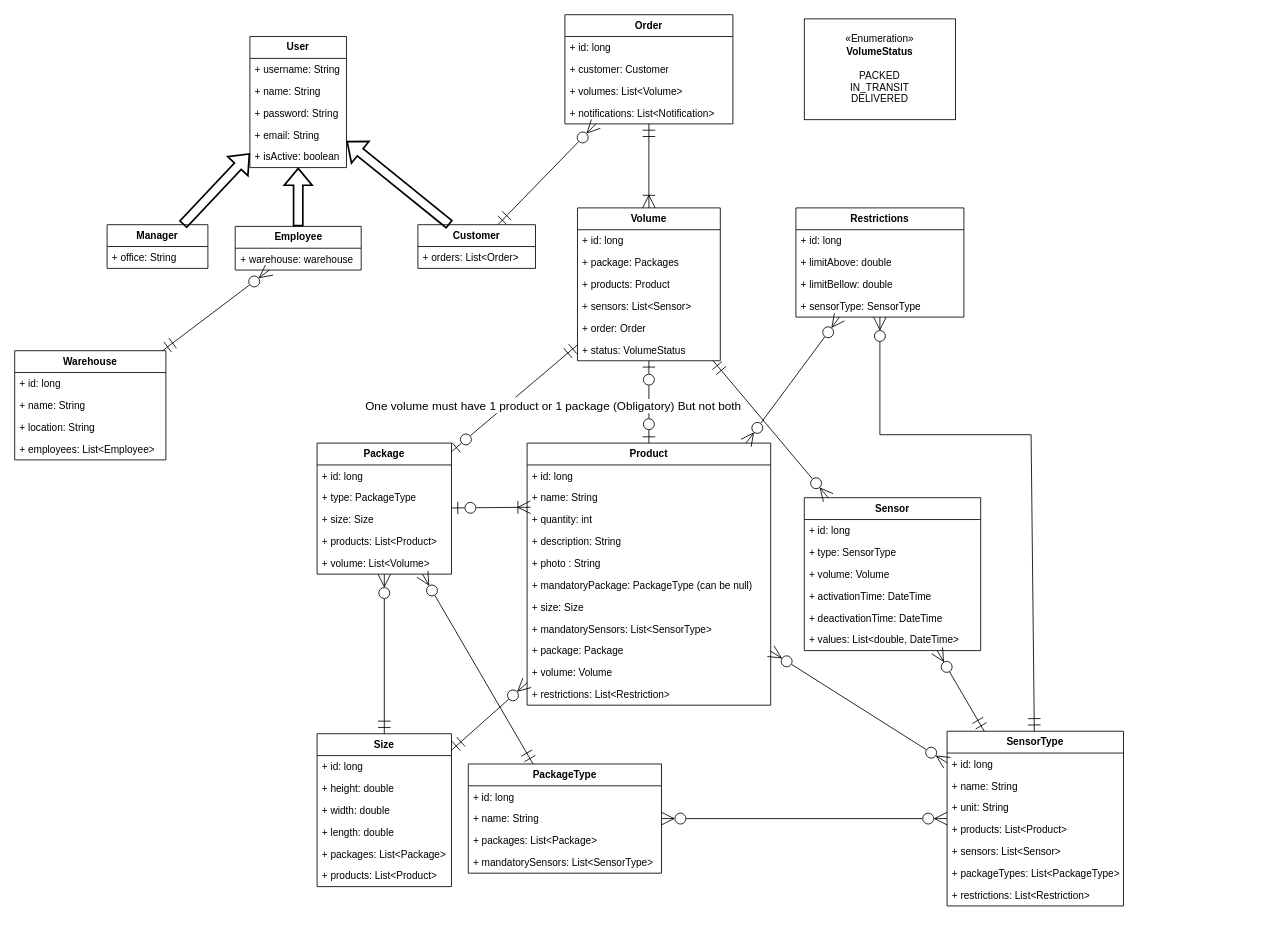
Above: ClassDiagram.drawio in joelsb/AppMonitor (draw.io), before the change. Source tidied: cells renumbered, new cells numbered last; positions are measured from the earlier drawing's top-left corner, leaving out a move shared by most shapes. Both pictures are drawn from the tidied source at 84%, with x=0, y=0 at pixel (14, 14).
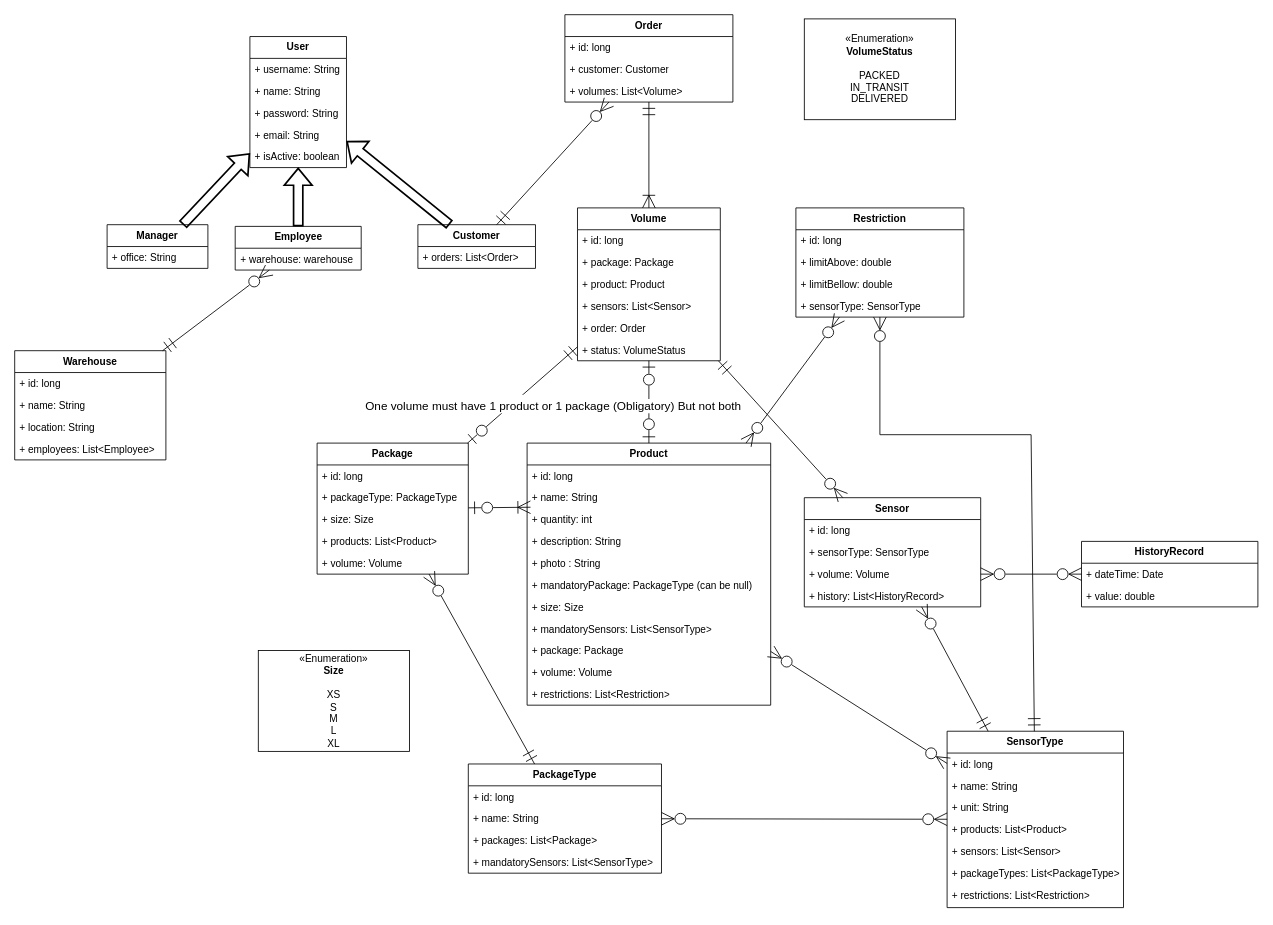
Above is the later version.

Unchanged cells that the change refers to:
```xml
<mxCell id="10" value="&lt;b&gt;Volume&lt;/b&gt;" style="swimlane;fontStyle=0;horizontal=1;startSize=26;fillColor=none;whiteSpace=wrap;html=1;" parent="1" vertex="1">
  <mxGeometry x="670" y="230" width="170" height="182" as="geometry" />
</mxCell>
<mxCell id="29" value="&lt;b&gt;Product&lt;/b&gt;" style="swimlane;fontStyle=0;horizontal=1;startSize=26;fillColor=none;whiteSpace=wrap;html=1;" parent="1" vertex="1">
  <mxGeometry x="610" y="510" width="290" height="312" as="geometry" />
</mxCell>
<mxCell id="44" value="+ volume: Volume" style="text;strokeColor=none;fillColor=none;align=left;verticalAlign=top;spacingLeft=4;spacingRight=4;overflow=hidden;points=[[0,0.5],[1,0.5]];portConstraint=eastwest;whiteSpace=wrap;html=1;" parent="41" vertex="1">
  <mxGeometry y="78" width="210" height="26" as="geometry" />
</mxCell>
```

What changed in the source:
```diff
@@
     <mxCell id="2" value="&lt;b&gt;Order&lt;/b&gt;" style="swimlane;fontStyle=0;horizontal=1;startSize=26;fillColor=none;whiteSpace=wrap;html=1;" parent="1" vertex="1">
-      <mxGeometry x="655" width="200" height="130" as="geometry" />
+      <mxGeometry x="655" width="200" height="104" as="geometry" />
     </mxCell>
@@
-    <mxCell id="6" value="+ notifications: List&amp;lt;Notification&amp;gt;" style="text;strokeColor=none;fillColor=none;align=left;verticalAlign=top;spacingLeft=4;spacingRight=4;overflow=hidden;whiteSpace=wrap;html=1;" parent="2" vertex="1">
-      <mxGeometry y="104" width="200" height="26" as="geometry" />
-    </mxCell>
@@
-    <mxCell id="12" value="+ package: Packages" style="text;strokeColor=none;fillColor=none;align=left;verticalAlign=top;spacingLeft=4;spacingRight=4;overflow=hidden;whiteSpace=wrap;html=1;" parent="10" vertex="1">
+    <mxCell id="12" value="+ package: Package" style="text;strokeColor=none;fillColor=none;align=left;verticalAlign=top;spacingLeft=4;spacingRight=4;overflow=hidden;whiteSpace=wrap;html=1;" parent="10" vertex="1">
       <mxGeometry y="52" width="170" height="26" as="geometry" />
     </mxCell>
-    <mxCell id="13" value="+ products: Product" style="text;strokeColor=none;fillColor=none;align=left;verticalAlign=top;spacingLeft=4;spacingRight=4;overflow=hidden;whiteSpace=wrap;html=1;" parent="10" vertex="1">
+    <mxCell id="13" value="+ product: Product" style="text;strokeColor=none;fillColor=none;align=left;verticalAlign=top;spacingLeft=4;spacingRight=4;overflow=hidden;whiteSpace=wrap;html=1;" parent="10" vertex="1">
       <mxGeometry y="78" width="170" height="26" as="geometry" />
     </mxCell>
@@
-    <mxCell id="18" value="&lt;b&gt;Restrictions&lt;/b&gt;" style="swimlane;fontStyle=0;horizontal=1;startSize=26;fillColor=none;whiteSpace=wrap;html=1;" parent="1" vertex="1">
+    <mxCell id="18" value="&lt;b&gt;Restriction&lt;/b&gt;" style="swimlane;fontStyle=0;horizontal=1;startSize=26;fillColor=none;whiteSpace=wrap;html=1;" parent="1" vertex="1">
       <mxGeometry x="930" y="230" width="200" height="130" as="geometry" />
     </mxCell>
@@
     <mxCell id="23" value="&lt;b&gt;Package&lt;/b&gt;" style="swimlane;fontStyle=0;horizontal=1;startSize=26;fillColor=none;whiteSpace=wrap;html=1;" parent="1" vertex="1">
-      <mxGeometry x="360" y="510" width="160" height="156" as="geometry" />
+      <mxGeometry x="360" y="510" width="180" height="156" as="geometry" />
     </mxCell>
     <mxCell id="24" value="+ id: long" style="text;strokeColor=none;fillColor=none;align=left;verticalAlign=top;spacingLeft=4;spacingRight=4;overflow=hidden;whiteSpace=wrap;html=1;" parent="23" vertex="1">
-      <mxGeometry y="26" width="160" height="26" as="geometry" />
+      <mxGeometry y="26" width="180" height="26" as="geometry" />
     </mxCell>
-    <mxCell id="25" value="+ type: PackageType" style="text;strokeColor=none;fillColor=none;align=left;verticalAlign=top;spacingLeft=4;spacingRight=4;overflow=hidden;whiteSpace=wrap;html=1;" parent="23" vertex="1">
-      <mxGeometry y="52" width="160" height="26" as="geometry" />
+    <mxCell id="25" value="+ packageType: PackageType" style="text;strokeColor=none;fillColor=none;align=left;verticalAlign=top;spacingLeft=4;spacingRight=4;overflow=hidden;whiteSpace=wrap;html=1;" parent="23" vertex="1">
+      <mxGeometry y="52" width="180" height="26" as="geometry" />
     </mxCell>
     <mxCell id="26" value="+ size: Size" style="text;strokeColor=none;fillColor=none;align=left;verticalAlign=top;spacingLeft=4;spacingRight=4;overflow=hidden;whiteSpace=wrap;html=1;" parent="23" vertex="1">
-      <mxGeometry y="78" width="160" height="26" as="geometry" />
+      <mxGeometry y="78" width="180" height="26" as="geometry" />
     </mxCell>
     <mxCell id="27" value="+ products: List&amp;lt;Product&amp;gt;" style="text;strokeColor=none;fillColor=none;align=left;verticalAlign=top;spacingLeft=4;spacingRight=4;overflow=hidden;whiteSpace=wrap;html=1;" parent="23" vertex="1">
-      <mxGeometry y="104" width="160" height="26" as="geometry" />
+      <mxGeometry y="104" width="180" height="26" as="geometry" />
     </mxCell>
-    <mxCell id="28" value="+ volume: List&amp;lt;Volume&amp;gt;" style="text;strokeColor=none;fillColor=none;align=left;verticalAlign=top;spacingLeft=4;spacingRight=4;overflow=hidden;whiteSpace=wrap;html=1;" parent="23" vertex="1">
-      <mxGeometry y="130" width="160" height="26" as="geometry" />
+    <mxCell id="28" value="+ volume: Volume" style="text;strokeColor=none;fillColor=none;align=left;verticalAlign=top;spacingLeft=4;spacingRight=4;overflow=hidden;whiteSpace=wrap;html=1;" parent="23" vertex="1">
+      <mxGeometry y="130" width="180" height="26" as="geometry" />
     </mxCell>
@@
     <mxCell id="41" value="&lt;b&gt;Sensor&lt;/b&gt;" style="swimlane;fontStyle=0;horizontal=1;startSize=26;fillColor=none;whiteSpace=wrap;html=1;" parent="1" vertex="1">
-      <mxGeometry x="940" y="575" width="210" height="182" as="geometry" />
+      <mxGeometry x="940" y="575" width="210" height="130" as="geometry" />
     </mxCell>
@@
-    <mxCell id="43" value="+ type: SensorType" style="text;strokeColor=none;fillColor=none;align=left;verticalAlign=top;spacingLeft=4;spacingRight=4;overflow=hidden;whiteSpace=wrap;html=1;" parent="41" vertex="1">
+    <mxCell id="43" value="+ sensorType: SensorType" style="text;strokeColor=none;fillColor=none;align=left;verticalAlign=top;spacingLeft=4;spacingRight=4;overflow=hidden;whiteSpace=wrap;html=1;" parent="41" vertex="1">
       <mxGeometry y="52" width="210" height="26" as="geometry" />
     </mxCell>
@@
-    <mxCell id="45" value="+ activationTime: DateTime" style="text;strokeColor=none;fillColor=none;align=left;verticalAlign=top;spacingLeft=4;spacingRight=4;overflow=hidden;whiteSpace=wrap;html=1;" parent="41" vertex="1">
-      <mxGeometry y="104" width="210" height="26" as="geometry" />
-    </mxCell>
-    <mxCell id="46" value="+ deactivationTime: DateTime" style="text;strokeColor=none;fillColor=none;align=left;verticalAlign=top;spacingLeft=4;spacingRight=4;overflow=hidden;whiteSpace=wrap;html=1;" parent="41" vertex="1">
-      <mxGeometry y="130" width="210" height="26" as="geometry" />
-    </mxCell>
-    <mxCell id="47" value="+ values: List&amp;lt;double, DateTime&amp;gt;" style="text;strokeColor=none;fillColor=none;align=left;verticalAlign=top;spacingLeft=4;spacingRight=4;overflow=hidden;whiteSpace=wrap;html=1;" parent="41" vertex="1">
-      <mxGeometry y="156" width="210" height="26" as="geometry" />
+    <mxCell id="47" value="+ history: List&amp;lt;HistoryRecord&amp;gt;" style="text;strokeColor=none;fillColor=none;align=left;verticalAlign=top;spacingLeft=4;spacingRight=4;overflow=hidden;whiteSpace=wrap;html=1;" parent="41" vertex="1">
+      <mxGeometry y="104" width="210" height="26" as="geometry" />
     </mxCell>
+    <mxCell id="103" style="edgeStyle=orthogonalEdgeStyle;rounded=0;orthogonalLoop=1;jettySize=auto;html=1;exitX=1;exitY=0.5;exitDx=0;exitDy=0;" parent="41" edge="1" source="44" target="44">
+      <mxGeometry relative="1" as="geometry" />
+    </mxCell>
     <mxCell id="48" value="&lt;b&gt;SensorType&lt;/b&gt;" style="swimlane;fontStyle=0;horizontal=1;startSize=26;fillColor=none;whiteSpace=wrap;html=1;" parent="1" vertex="1">
-      <mxGeometry x="1110" y="853" width="210" height="208" as="geometry" />
+      <mxGeometry x="1110" y="853" width="210" height="210" as="geometry" />
     </mxCell>
@@
     <mxCell id="55" value="+ restrictions: List&amp;lt;Restriction&amp;gt;" style="text;strokeColor=none;fillColor=none;align=left;verticalAlign=top;spacingLeft=4;spacingRight=4;overflow=hidden;whiteSpace=wrap;html=1;" parent="48" vertex="1">
-      <mxGeometry y="182" width="210" height="26" as="geometry" />
+      <mxGeometry y="182" width="210" height="28" as="geometry" />
     </mxCell>
@@
-    <mxCell id="61" value="&lt;b&gt;Size&lt;/b&gt;" style="swimlane;fontStyle=0;horizontal=1;startSize=26;fillColor=none;whiteSpace=wrap;html=1;" parent="1" vertex="1">
-      <mxGeometry x="360" y="856" width="160" height="182" as="geometry" />
-    </mxCell>
-    <mxCell id="62" value="+ id: long" style="text;strokeColor=none;fillColor=none;align=left;verticalAlign=top;spacingLeft=4;spacingRight=4;overflow=hidden;whiteSpace=wrap;html=1;" parent="61" vertex="1">
-      <mxGeometry y="26" width="160" height="26" as="geometry" />
-    </mxCell>
-    <mxCell id="63" value="+ height: double" style="text;strokeColor=none;fillColor=none;align=left;verticalAlign=top;spacingLeft=4;spacingRight=4;overflow=hidden;whiteSpace=wrap;html=1;" parent="61" vertex="1">
-      <mxGeometry y="52" width="160" height="26" as="geometry" />
-    </mxCell>
-    <mxCell id="64" value="+ width: double" style="text;strokeColor=none;fillColor=none;align=left;verticalAlign=top;spacingLeft=4;spacingRight=4;overflow=hidden;whiteSpace=wrap;html=1;" parent="61" vertex="1">
-      <mxGeometry y="78" width="160" height="26" as="geometry" />
-    </mxCell>
-    <mxCell id="65" value="+ length: double" style="text;strokeColor=none;fillColor=none;align=left;verticalAlign=top;spacingLeft=4;spacingRight=4;overflow=hidden;whiteSpace=wrap;html=1;" parent="61" vertex="1">
-      <mxGeometry y="104" width="160" height="26" as="geometry" />
-    </mxCell>
-    <mxCell id="66" value="+ packages: List&amp;lt;Package&amp;gt;" style="text;strokeColor=none;fillColor=none;align=left;verticalAlign=top;spacingLeft=4;spacingRight=4;overflow=hidden;whiteSpace=wrap;html=1;" parent="61" vertex="1">
-      <mxGeometry y="130" width="160" height="26" as="geometry" />
-    </mxCell>
-    <mxCell id="67" value="+ products: List&amp;lt;Product&amp;gt;" style="text;strokeColor=none;fillColor=none;align=left;verticalAlign=top;spacingLeft=4;spacingRight=4;overflow=hidden;whiteSpace=wrap;html=1;" parent="61" vertex="1">
-      <mxGeometry y="156" width="160" height="26" as="geometry" />
-    </mxCell>
@@
-    <mxCell id="95" style="endArrow=ERmandOne;html=1;rounded=0;fontSize=12;startSize=13;endSize=13;startArrow=ERzeroToMany;startFill=0;endFill=0;" parent="1" edge="1" source="29" target="61">
-      <mxGeometry relative="1" as="geometry" />
-    </mxCell>
@@
-    <mxCell id="98" style="endArrow=ERmandOne;html=1;rounded=0;fontSize=12;startSize=13;endSize=13;startArrow=ERzeroToMany;startFill=0;endFill=0;" parent="1" edge="1" source="23" target="61">
-      <mxGeometry relative="1" as="geometry" />
-    </mxCell>
@@
+    <mxCell id="104" value="«Enumeration»&lt;br&gt;&lt;div&gt;&lt;b&gt;Size&lt;/b&gt;&lt;/div&gt;&lt;div&gt;&lt;br&gt;&lt;/div&gt;&lt;div&gt;XS&lt;/div&gt;&lt;div&gt;S&lt;/div&gt;&lt;div&gt;M&lt;/div&gt;&lt;div&gt;L&lt;/div&gt;&lt;div&gt;XL&lt;/div&gt;" style="html=1;whiteSpace=wrap;" parent="1" vertex="1">
+      <mxGeometry x="290" y="757" width="180" height="120" as="geometry" />
+    </mxCell>
+    <mxCell id="105" value="&lt;b&gt;HistoryRecord&lt;/b&gt;" style="swimlane;fontStyle=0;horizontal=1;startSize=26;fillColor=none;whiteSpace=wrap;html=1;" parent="1" vertex="1">
+      <mxGeometry x="1270" y="627" width="210" height="78" as="geometry" />
+    </mxCell>
+    <mxCell id="106" value="+ dateTime: Date" style="text;strokeColor=none;fillColor=none;align=left;verticalAlign=top;spacingLeft=4;spacingRight=4;overflow=hidden;points=[[0,0.5],[1,0.5]];portConstraint=eastwest;whiteSpace=wrap;html=1;" parent="105" vertex="1">
+      <mxGeometry y="26" width="210" height="26" as="geometry" />
+    </mxCell>
+    <mxCell id="107" value="+ value: double" style="text;strokeColor=none;fillColor=none;align=left;verticalAlign=top;spacingLeft=4;spacingRight=4;overflow=hidden;whiteSpace=wrap;html=1;" parent="105" vertex="1">
+      <mxGeometry y="52" width="210" height="26" as="geometry" />
+    </mxCell>
+    <mxCell id="108" style="endArrow=ERzeroToMany;html=1;rounded=0;fontSize=12;startSize=13;endSize=13;endFill=0;startArrow=ERzeroToMany;startFill=0;exitX=1;exitY=0.5;exitDx=0;exitDy=0;" parent="1" edge="1" source="44" target="106">
+      <mxGeometry relative="1" as="geometry" />
+    </mxCell>
```
